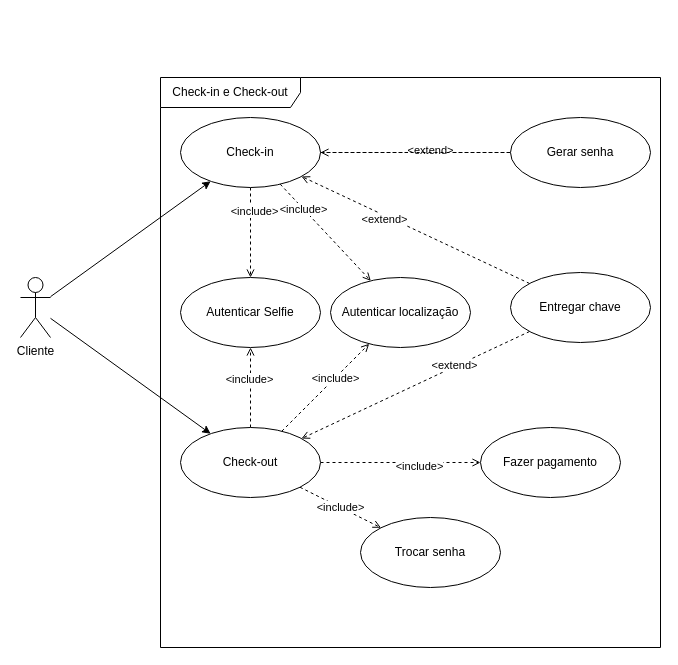
Marco-ACosta/trabalho_hotelaria keeps this draw.io diagram as diagramas/caso de uso/caso_de_uso_check_in_check_out.drawio. Above is the earlier version. Source tidied: cells renumbered, new cells numbered last; positions are measured from the earlier drawing's top-left corner, leaving out a move shared by most shapes. Both pictures are drawn from the tidied source at 100%, with x=0, y=0 at pixel (20, 77).
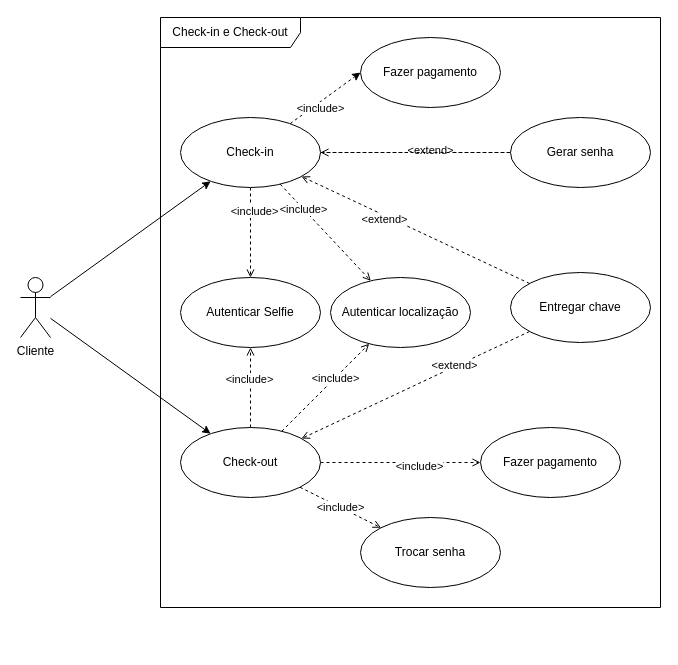
Above is the later version.

Unchanged cells that the change refers to:
```xml
<mxCell id="12" value="Check-in" style="ellipse;whiteSpace=wrap;html=1;" parent="1" vertex="1">
  <mxGeometry x="160" y="40" width="140" height="70" as="geometry" />
</mxCell>
```

The edit, as a diff of the source:
```diff
@@
     <mxCell id="5" value="Check-in e Check-out" style="shape=umlFrame;whiteSpace=wrap;html=1;width=140;height=30;" parent="1" vertex="1">
-      <mxGeometry x="140" width="500" height="570" as="geometry" />
+      <mxGeometry x="140" y="-60" width="500" height="590" as="geometry" />
     </mxCell>
@@
+    <mxCell id="33" style="edgeStyle=none;html=1;entryX=0;entryY=0.5;entryDx=0;entryDy=0;dashed=1;" parent="1" edge="1" source="12" target="35">
+      <mxGeometry relative="1" as="geometry" />
+    </mxCell>
+    <mxCell id="34" value="&amp;lt;include&amp;gt;" style="edgeLabel;html=1;align=center;verticalAlign=middle;" parent="33" vertex="1">
+      <mxGeometry x="-0.36" y="4" relative="1" as="geometry">
+        <mxPoint x="10" y="4" as="offset" />
+      </mxGeometry>
+    </mxCell>
@@
+    <mxCell id="35" value="Fazer pagamento" style="ellipse;whiteSpace=wrap;html=1;" parent="1" vertex="1">
+      <mxGeometry x="340" y="-40" width="140" height="70" as="geometry" />
+    </mxCell>
```
